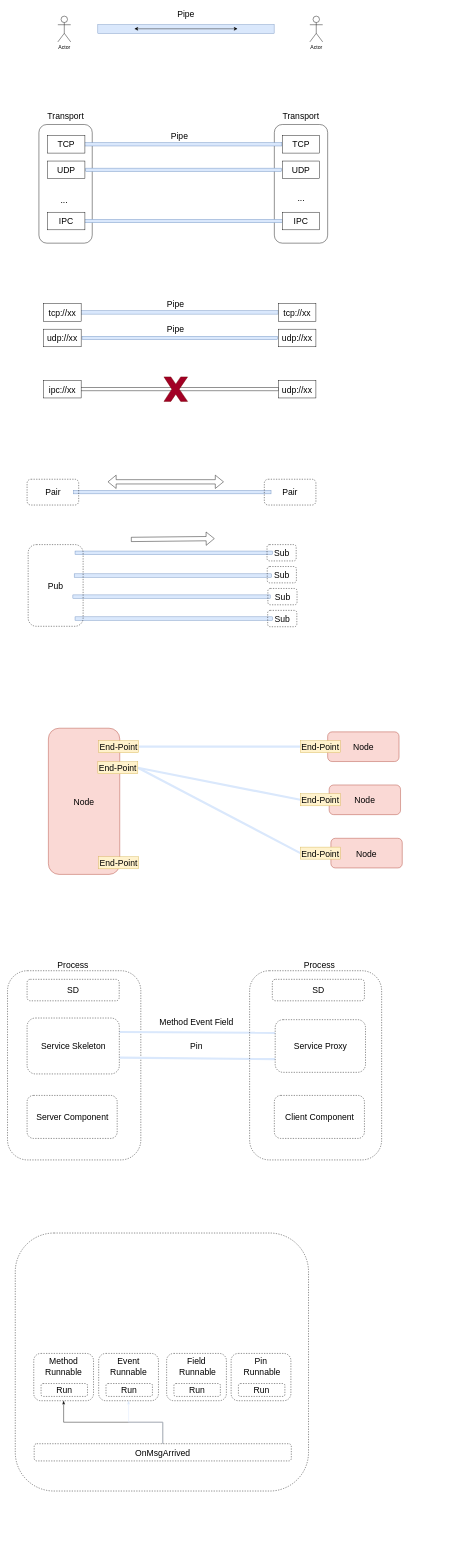
The draw.io diagram 未命名绘图.drawio in qiuyeyijian/Diagram, before the edit. Source tidied: cells renumbered, new cells numbered last; positions are measured from the earlier drawing's top-left corner, leaving out a move shared by most shapes. Both pictures are drawn from the tidied source at 43%, with x=0, y=0 at pixel (7, 7).
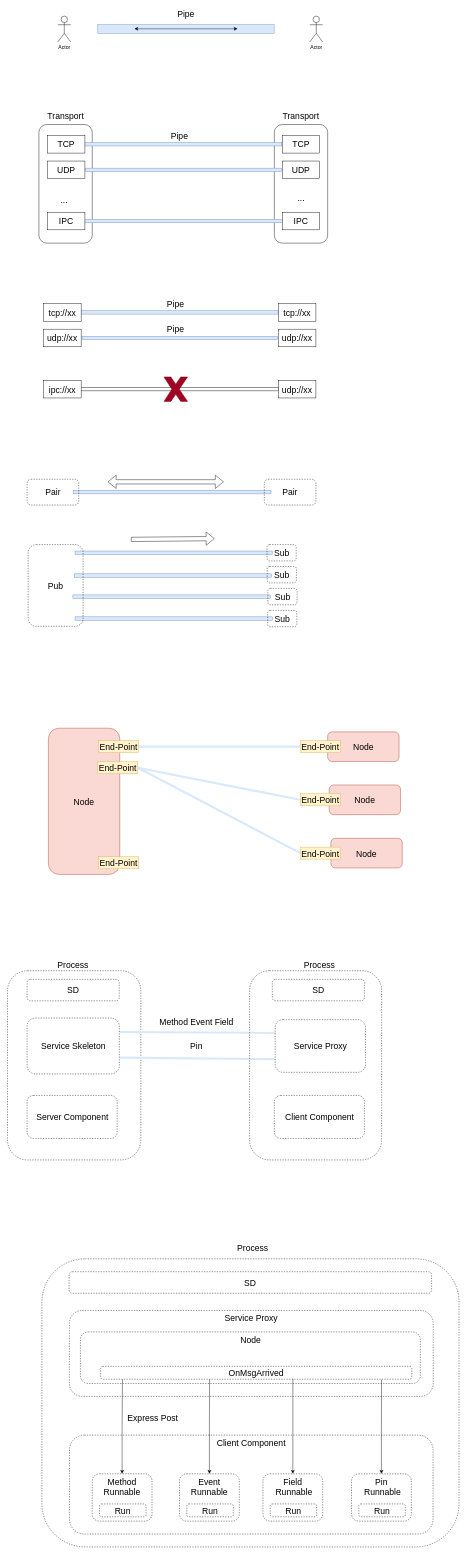
The same diagram, later.

Commit message:
更新未命名绘图.drawio

The change refers to these unchanged cells:
```xml
<mxCell id="84" value="Event Runnable" style="rounded=1;whiteSpace=wrap;html=1;dashed=1;fontSize=20;fillColor=none;verticalAlign=top;" parent="83" vertex="1">
  <mxGeometry width="139" height="110" as="geometry" />
</mxCell>
<mxCell id="87" value="Field&lt;br&gt;&amp;nbsp;Runnable" style="rounded=1;whiteSpace=wrap;html=1;dashed=1;fontSize=20;fillColor=none;verticalAlign=top;" parent="86" vertex="1">
  <mxGeometry width="139" height="110" as="geometry" />
</mxCell>
<mxCell id="90" value="Pin&lt;br&gt;&amp;nbsp;Runnable" style="rounded=1;whiteSpace=wrap;html=1;dashed=1;fontSize=20;fillColor=none;verticalAlign=top;" parent="89" vertex="1">
  <mxGeometry width="139" height="110" as="geometry" />
</mxCell>
```

The edit, as a diff of the source:
```diff
@@
+    <mxCell id="92" style="rounded=1;whiteSpace=wrap;html=1;dashed=1;fontSize=20;fillColor=none;" parent="1" vertex="1">
+      <mxGeometry x="80" y="2910" width="970" height="670" as="geometry" />
+    </mxCell>
+    <mxCell id="93" value="Client&amp;nbsp;Component" style="rounded=1;whiteSpace=wrap;html=1;dashed=1;fontSize=20;fillColor=none;verticalAlign=top;" parent="1" vertex="1">
+      <mxGeometry x="144.1" y="3320" width="845.5" height="230" as="geometry" />
+    </mxCell>
@@
-    <mxCell id="76" style="rounded=1;whiteSpace=wrap;html=1;dashed=1;fontSize=20;fillColor=none;" parent="1" vertex="1">
-      <mxGeometry x="18" y="2850" width="682" height="600" as="geometry" />
-    </mxCell>
-    <mxCell id="77" style="edgeStyle=orthogonalEdgeStyle;rounded=0;jettySize=auto;html=1;entryX=0.5;entryY=1;entryDx=0;entryDy=0;strokeWidth=1;fontSize=20;startArrow=none;startFill=0;endArrow=classicThin;endFill=1;" parent="1" edge="1" source="79" target="81">
-      <mxGeometry relative="1" as="geometry" />
-    </mxCell>
-    <mxCell id="78" style="edgeStyle=orthogonalEdgeStyle;rounded=0;jettySize=auto;html=1;exitX=0.5;exitY=0;exitDx=0;exitDy=0;entryX=0.5;entryY=1;entryDx=0;entryDy=0;strokeColor=#dae8fc;strokeWidth=1;fontSize=20;startArrow=none;startFill=0;endArrow=classicThin;endFill=1;fillColor=#DAE8FC;" parent="1" edge="1" source="79" target="84">
-      <mxGeometry relative="1" as="geometry" />
-    </mxCell>
-    <mxCell id="79" value="OnMsgArrived" style="rounded=1;whiteSpace=wrap;html=1;dashed=1;fontSize=20;fillColor=none;" parent="1" vertex="1">
-      <mxGeometry x="62" y="3340" width="598" height="40" as="geometry" />
-    </mxCell>
     <mxCell id="80" style="group;" parent="1" vertex="1">
-      <mxGeometry x="61" y="3130" width="139" height="110" as="geometry" />
+      <mxGeometry x="197" y="3410" width="139" height="110" as="geometry" />
     </mxCell>
+    <mxCell id="94" style="group;" parent="80" vertex="1">
+      <mxGeometry width="139" height="110" as="geometry" />
+    </mxCell>
-    <mxCell id="81" value="Method Runnable" style="rounded=1;whiteSpace=wrap;html=1;dashed=1;fontSize=20;fillColor=none;verticalAlign=top;" parent="80" vertex="1">
+    <mxCell id="81" value="Method Runnable" style="rounded=1;whiteSpace=wrap;html=1;dashed=1;fontSize=20;fillColor=none;verticalAlign=top;" parent="94" vertex="1">
       <mxGeometry width="139" height="110" as="geometry" />
     </mxCell>
-    <mxCell id="82" value="Run" style="rounded=1;whiteSpace=wrap;html=1;dashed=1;fontSize=20;fillColor=none;" parent="80" vertex="1">
+    <mxCell id="82" value="Run" style="rounded=1;whiteSpace=wrap;html=1;dashed=1;fontSize=20;fillColor=none;" parent="94" vertex="1">
       <mxGeometry x="17" y="70" width="108" height="30" as="geometry" />
     </mxCell>
     <mxCell id="83" style="group;" parent="1" vertex="1">
-      <mxGeometry x="212" y="3130" width="139" height="110" as="geometry" />
+      <mxGeometry x="400" y="3410" width="139" height="110" as="geometry" />
     </mxCell>
@@
     <mxCell id="86" style="group;" parent="1" vertex="1">
-      <mxGeometry x="370" y="3130" width="139" height="110" as="geometry" />
+      <mxGeometry x="594" y="3410" width="139" height="110" as="geometry" />
     </mxCell>
@@
     <mxCell id="89" style="group;" parent="1" vertex="1">
-      <mxGeometry x="520" y="3130" width="139" height="110" as="geometry" />
+      <mxGeometry x="800" y="3410" width="139" height="110" as="geometry" />
     </mxCell>
@@
+    <mxCell id="95" value="SD" style="rounded=1;whiteSpace=wrap;html=1;dashed=1;fontSize=20;fillColor=none;" parent="1" vertex="1">
+      <mxGeometry x="143.2" y="2940" width="843" height="50" as="geometry" />
+    </mxCell>
+    <mxCell id="96" value="Service&amp;nbsp;Proxy" style="rounded=1;whiteSpace=wrap;html=1;dashed=1;fontSize=20;fillColor=none;verticalAlign=top;" parent="1" vertex="1">
+      <mxGeometry x="143.8" y="3030" width="846.2" height="200" as="geometry" />
+    </mxCell>
+    <mxCell id="97" value="Process" style="text;html=1;strokeColor=none;fillColor=none;align=center;verticalAlign=middle;whiteSpace=wrap;rounded=0;fontSize=20;" parent="1" vertex="1">
+      <mxGeometry x="527.8" y="2870" width="85" height="30" as="geometry" />
+    </mxCell>
+    <mxCell id="98" value="Node" style="rounded=1;whiteSpace=wrap;html=1;dashed=1;fontSize=20;fillColor=none;verticalAlign=top;" parent="1" vertex="1">
+      <mxGeometry x="169.5" y="3080" width="790.5" height="120" as="geometry" />
+    </mxCell>
+    <mxCell id="79" value="OnMsgArrived" style="rounded=1;whiteSpace=wrap;html=1;dashed=1;fontSize=20;fillColor=none;" parent="1" vertex="1">
+      <mxGeometry x="216.6" y="3160" width="723.4" height="30" as="geometry" />
+    </mxCell>
+    <mxCell id="99" style="edgeStyle=orthogonalEdgeStyle;rounded=0;jettySize=auto;html=1;exitX=0.5;exitY=0;exitDx=0;exitDy=0;entryX=0.07;entryY=1;entryDx=0;entryDy=0;entryPerimeter=0;strokeColor=#000000;strokeWidth=1;fontSize=20;startArrow=classic;startFill=1;endArrow=none;endFill=0;fillColor=#DAE8FC;" parent="1" edge="1" source="81" target="79">
+      <mxGeometry relative="1" as="geometry" />
+    </mxCell>
+    <mxCell id="100" style="edgeStyle=orthogonalEdgeStyle;rounded=0;jettySize=auto;html=1;exitX=0.5;exitY=0;exitDx=0;exitDy=0;entryX=0.35;entryY=1;entryDx=0;entryDy=0;entryPerimeter=0;strokeColor=#000000;strokeWidth=1;fontSize=20;startArrow=classic;startFill=1;endArrow=none;endFill=0;fillColor=#DAE8FC;" parent="1" edge="1" source="84" target="79">
+      <mxGeometry relative="1" as="geometry" />
+    </mxCell>
+    <mxCell id="101" style="edgeStyle=orthogonalEdgeStyle;rounded=0;jettySize=auto;html=1;exitX=0.5;exitY=0;exitDx=0;exitDy=0;entryX=0.618;entryY=0.967;entryDx=0;entryDy=0;entryPerimeter=0;strokeColor=#000000;strokeWidth=1;fontSize=20;startArrow=classic;startFill=1;endArrow=none;endFill=0;fillColor=#DAE8FC;" parent="1" edge="1" source="87" target="79">
+      <mxGeometry relative="1" as="geometry" />
+    </mxCell>
+    <mxCell id="102" style="edgeStyle=orthogonalEdgeStyle;rounded=0;jettySize=auto;html=1;exitX=0.5;exitY=0;exitDx=0;exitDy=0;entryX=0.903;entryY=1.033;entryDx=0;entryDy=0;entryPerimeter=0;strokeColor=#000000;strokeWidth=1;fontSize=20;startArrow=classic;startFill=1;endArrow=none;endFill=0;fillColor=#DAE8FC;" parent="1" edge="1" source="90" target="79">
+      <mxGeometry relative="1" as="geometry" />
+    </mxCell>
+    <mxCell id="103" value="Express&amp;nbsp;Post" style="text;html=1;strokeColor=none;fillColor=none;align=center;verticalAlign=middle;whiteSpace=wrap;rounded=0;fontSize=20;" parent="1" vertex="1">
+      <mxGeometry x="276" y="3270" width="124" height="20" as="geometry" />
+    </mxCell>
```
